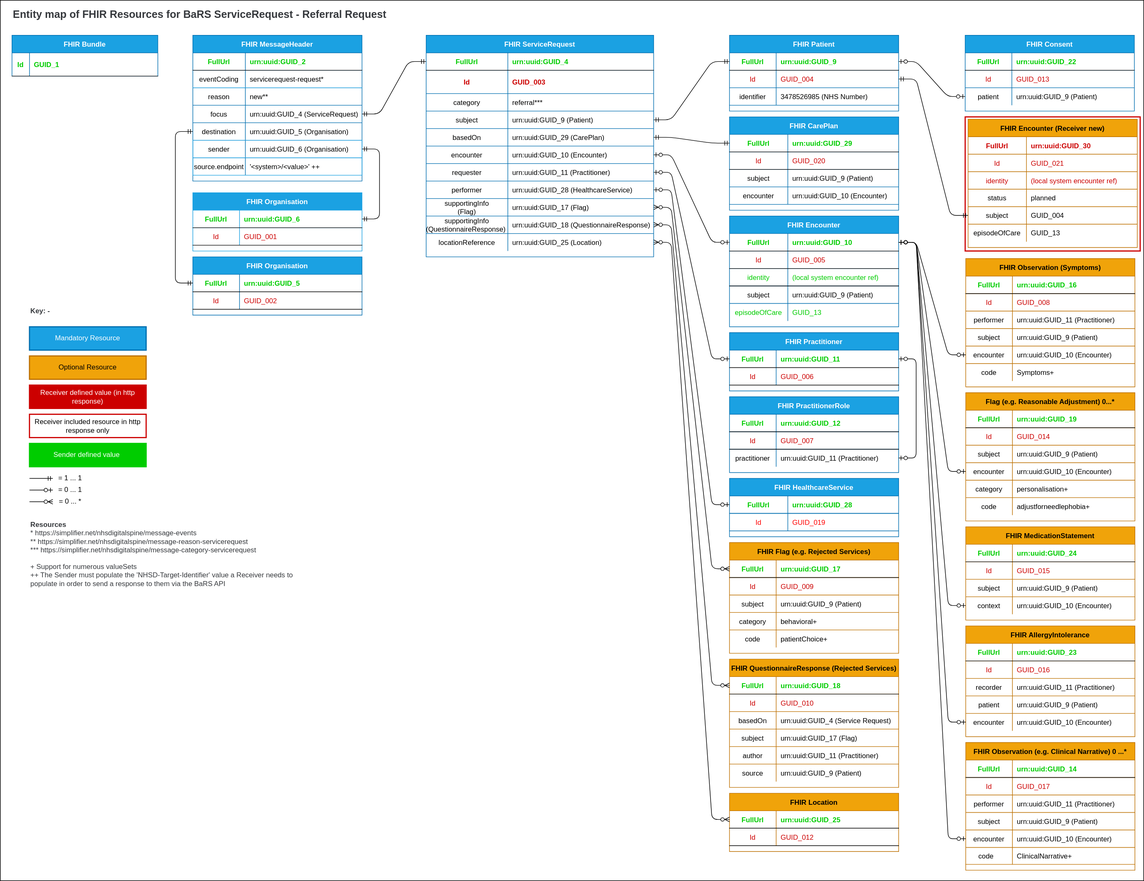
Before: BaRS-Images/EntityMaps/EntityMapReferralRequest-1.0.0.svg, a diagram exported from draw.io (NHSDigital/NHSDigital-FHIR-BookingAndReferrals). Source tidied: cells renumbered, new cells last; positions are measured from the earlier drawing's top-left corner, leaving out a move shared by most shapes.
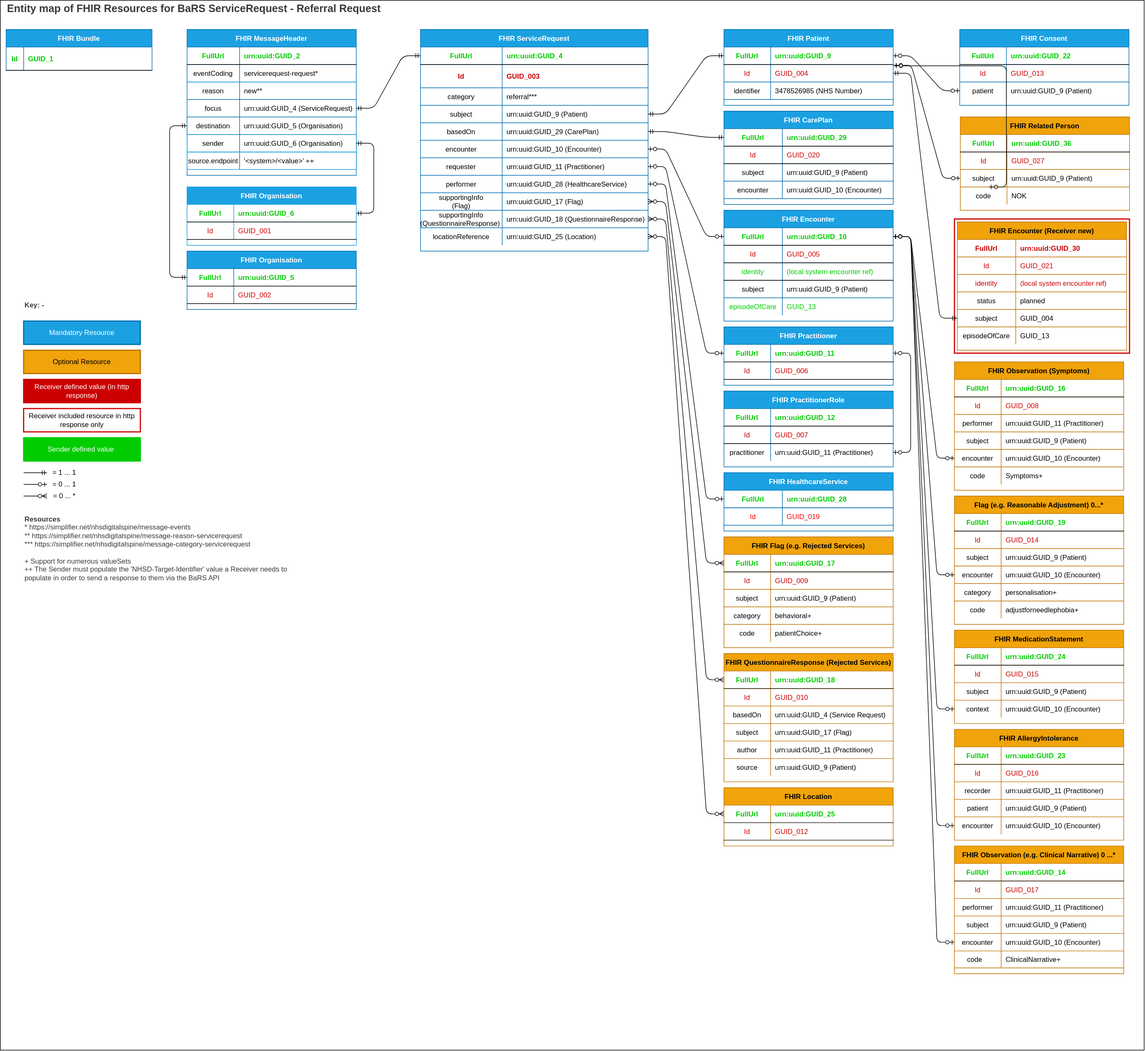
The same file after the commit.

Change to the diagram source:
```diff
@@ -3,7 +3,7 @@
     <mxCell id="0" />
     <mxCell id="1" parent="0" />
     <mxCell id="2" style="rounded=0;whiteSpace=wrap;html=1;" parent="1" vertex="1">
-      <mxGeometry width="1960" height="1510" as="geometry" />
+      <mxGeometry x="10" y="10" width="1960" height="1800" as="geometry" />
     </mxCell>
     <mxCell id="3" value="FHIR Bundle" style="shape=table;startSize=30;rowLines=0;fontStyle=1;align=center;fillColor=#1ba1e2;strokeColor=#006EAF;fontColor=#ffffff;" parent="1" vertex="1">
       <mxGeometry x="20" y="60" width="250" height="70" as="geometry" />
@@ -465,7 +465,7 @@
       <mxGeometry x="80" width="210" height="30" as="geometry" />
     </mxCell>
     <mxCell id="156" value="FHIR Observation (e.g. Clinical Narrative) 0 ...*" style="shape=table;startSize=30;rowLines=1;fontStyle=1;align=center;fillColor=#f0a30a;strokeColor=#BD7000;fontColor=#000000;" parent="1" vertex="1">
-      <mxGeometry x="1655" y="1273" width="290" height="219" as="geometry" />
+      <mxGeometry x="1645" y="1460" width="290" height="219" as="geometry" />
     </mxCell>
     <mxCell id="157" style="shape=partialRectangle;fillColor=none;top=0;left=0;right=0;bottom=1;" parent="156" vertex="1">
       <mxGeometry y="30" width="290" height="30" as="geometry" />
@@ -551,7 +551,7 @@
       <mxGeometry relative="1" as="geometry" />
     </mxCell>
     <mxCell id="183" value="FHIR Observation (Symptoms)" style="shape=table;startSize=30;rowLines=1;fontStyle=1;align=center;fillColor=#f0a30a;strokeColor=#BD7000;fontColor=#000000;" parent="1" vertex="1">
-      <mxGeometry x="1655" y="443" width="290" height="220" as="geometry" />
+      <mxGeometry x="1645" y="630" width="290" height="220" as="geometry" />
     </mxCell>
     <mxCell id="184" style="shape=partialRectangle;fillColor=none;top=0;left=0;right=0;bottom=1;" parent="183" vertex="1">
       <mxGeometry y="30" width="290" height="30" as="geometry" />
@@ -617,7 +617,7 @@
       <mxGeometry relative="1" as="geometry" />
     </mxCell>
     <mxCell id="205" value="Flag (e.g. Reasonable Adjustment) 0...*" style="shape=table;startSize=30;rowLines=1;fontStyle=1;align=center;fillColor=#f0a30a;strokeColor=#BD7000;fontColor=#000000;" parent="1" vertex="1">
-      <mxGeometry x="1655" y="673" width="290" height="220" as="geometry" />
+      <mxGeometry x="1645" y="860" width="290" height="220" as="geometry" />
     </mxCell>
     <mxCell id="206" style="shape=partialRectangle;fillColor=none;top=0;left=0;right=0;bottom=1;" parent="205" vertex="1">
       <mxGeometry y="30" width="290" height="30" as="geometry" />
@@ -710,7 +710,7 @@
       <mxGeometry relative="1" as="geometry" />
     </mxCell>
     <mxCell id="236" value="FHIR AllergyIntolerance" style="shape=table;startSize=30;rowLines=1;fontStyle=1;align=center;fillColor=#f0a30a;strokeColor=#BD7000;fontColor=#000000;" parent="1" vertex="1">
-      <mxGeometry x="1655" y="1073" width="290" height="190" as="geometry" />
+      <mxGeometry x="1645" y="1260" width="290" height="190" as="geometry" />
     </mxCell>
     <mxCell id="237" style="shape=partialRectangle;fillColor=none;top=0;left=0;right=0;bottom=1;" parent="236" vertex="1">
       <mxGeometry y="30" width="290" height="30" as="geometry" />
@@ -758,7 +758,7 @@
       <mxGeometry x="80" width="210" height="30" as="geometry" />
     </mxCell>
     <mxCell id="252" value="FHIR MedicationStatement" style="shape=table;startSize=30;rowLines=1;fontStyle=1;align=center;fillColor=#f0a30a;strokeColor=#BD7000;fontColor=#000000;" parent="1" vertex="1">
-      <mxGeometry x="1655" y="903" width="290" height="160" as="geometry" />
+      <mxGeometry x="1645" y="1090" width="290" height="160" as="geometry" />
     </mxCell>
     <mxCell id="253" style="shape=partialRectangle;fillColor=none;top=0;left=0;right=0;bottom=1;" parent="252" vertex="1">
       <mxGeometry y="30" width="290" height="30" as="geometry" />
@@ -945,10 +945,10 @@
       <mxGeometry relative="1" as="geometry" />
     </mxCell>
     <mxCell id="310" style="rounded=0;whiteSpace=wrap;html=1;fontColor=#CC0000;strokeColor=#CC0000;strokeWidth=2;" parent="1" vertex="1">
-      <mxGeometry x="1654" y="200" width="300" height="230" as="geometry" />
+      <mxGeometry x="1645" y="385" width="300" height="230" as="geometry" />
     </mxCell>
     <mxCell id="311" value="FHIR Encounter (Receiver new)" style="shape=table;startSize=30;rowLines=1;fontStyle=1;align=center;fillColor=#f0a30a;strokeColor=#BD7000;fontColor=#000000;strokeWidth=1;" parent="1" vertex="1">
-      <mxGeometry x="1659" y="204" width="290" height="220" as="geometry" />
+      <mxGeometry x="1650" y="390" width="290" height="220" as="geometry" />
     </mxCell>
     <mxCell id="312" style="shape=partialRectangle;fillColor=none;top=0;left=0;right=0;bottom=1;strokeColor=none;" parent="311" vertex="1">
       <mxGeometry y="30" width="290" height="30" as="geometry" />
@@ -1010,5 +1010,52 @@
     <mxCell id="331" value="&lt;font color=&quot;#000000&quot;&gt;Receiver included resource in http response only&lt;/font&gt;" style="rounded=0;whiteSpace=wrap;html=1;fontColor=#FFFFFF;strokeColor=#CC0000;strokeWidth=2;fillColor=none;" parent="1" vertex="1">
       <mxGeometry x="50" y="710" width="200" height="40" as="geometry" />
     </mxCell>
+    <mxCell id="332" value="FHIR Related Person" style="shape=table;startSize=30;rowLines=1;fontStyle=1;align=center;fillColor=#f0a30a;strokeColor=#BD7000;fontColor=#000000;" parent="1" vertex="1">
+      <mxGeometry x="1655" y="210" width="290" height="160" as="geometry" />
+    </mxCell>
+    <mxCell id="333" style="shape=partialRectangle;fillColor=none;top=0;left=0;right=0;bottom=1;" parent="332" vertex="1">
+      <mxGeometry y="30" width="290" height="30" as="geometry" />
+    </mxCell>
+    <mxCell id="334" value="FullUrl" style="shape=partialRectangle;overflow=hidden;fillColor=none;top=0;left=0;bottom=0;right=0;fontStyle=1;fontColor=#00CC00;" parent="333" vertex="1">
+      <mxGeometry width="80" height="30" as="geometry" />
+    </mxCell>
+    <mxCell id="335" value="urn:uuid:GUID_36" style="shape=partialRectangle;overflow=hidden;fillColor=none;top=0;left=0;bottom=0;right=0;align=left;spacingLeft=6;fontStyle=1;fontColor=#00CC00;" parent="333" vertex="1">
+      <mxGeometry x="80" width="210" height="30" as="geometry" />
+    </mxCell>
+    <mxCell id="336" style="shape=partialRectangle;fillColor=none;top=0;left=0;right=0;bottom=0;" parent="332" vertex="1">
+      <mxGeometry y="60" width="290" height="30" as="geometry" />
+    </mxCell>
+    <mxCell id="337" value="Id" style="shape=partialRectangle;overflow=hidden;fillColor=none;top=0;left=0;bottom=0;right=0;fontColor=#CC0000;" parent="336" vertex="1">
+      <mxGeometry width="80" height="30" as="geometry" />
+    </mxCell>
+    <mxCell id="338" value="GUID_027" style="shape=partialRectangle;overflow=hidden;fillColor=none;top=0;left=0;bottom=0;right=0;align=left;spacingLeft=6;fontColor=#CC0000;" parent="336" vertex="1">
+      <mxGeometry x="80" width="210" height="30" as="geometry" />
+    </mxCell>
+    <mxCell id="339" style="shape=partialRectangle;fillColor=none;points=[[0,0.5],[1,0.5]];portConstraint=eastwest;top=0;left=0;right=0;bottom=0;" parent="332" vertex="1">
+      <mxGeometry y="90" width="290" height="30" as="geometry" />
+    </mxCell>
+    <mxCell id="340" value="subject" style="shape=partialRectangle;overflow=hidden;fillColor=none;top=0;left=0;bottom=0;right=0;" parent="339" vertex="1">
+      <mxGeometry width="80" height="30" as="geometry" />
+    </mxCell>
+    <mxCell id="341" value="urn:uuid:GUID_9 (Patient)" style="shape=partialRectangle;overflow=hidden;fillColor=none;top=0;left=0;bottom=0;right=0;align=left;spacingLeft=6;" parent="339" vertex="1">
+      <mxGeometry x="80" width="210" height="30" as="geometry" />
+    </mxCell>
+    <mxCell id="342" style="shape=partialRectangle;fillColor=none;top=0;left=0;right=0;bottom=0;" parent="332" vertex="1">
+      <mxGeometry y="120" width="290" height="30" as="geometry" />
+    </mxCell>
+    <mxCell id="343" value="code" style="shape=partialRectangle;overflow=hidden;fillColor=none;top=0;left=0;bottom=0;right=0;" parent="342" vertex="1">
+      <mxGeometry width="80" height="30" as="geometry" />
+    </mxCell>
+    <mxCell id="344" value="NOK" style="shape=partialRectangle;overflow=hidden;fillColor=none;top=0;left=0;bottom=0;right=0;align=left;spacingLeft=6;" parent="342" vertex="1">
+      <mxGeometry x="80" width="210" height="30" as="geometry" />
+    </mxCell>
+    <mxCell id="345" style="edgeStyle=entityRelationEdgeStyle;endArrow=ERzeroToOne;startArrow=ERzeroToOne;endFill=0;startFill=0;exitX=0;exitY=0.5;exitDx=0;exitDy=0;entryX=1.005;entryY=0.078;entryDx=0;entryDy=0;entryPerimeter=0;" parent="1" edge="1" target="82">
+      <mxGeometry relative="1" as="geometry">
+        <mxPoint x="1704" y="330" as="sourcePoint" />
+      </mxGeometry>
+    </mxCell>
+    <mxCell id="346" style="edgeStyle=entityRelationEdgeStyle;endArrow=ERzeroToOne;startArrow=ERzeroToOne;endFill=0;startFill=0;exitX=0;exitY=0.5;exitDx=0;exitDy=0;entryX=1.004;entryY=0.048;entryDx=0;entryDy=0;entryPerimeter=0;" parent="1" edge="1" source="339" target="82">
+      <mxGeometry relative="1" as="geometry" />
+    </mxCell>
   </root>
 </mxGraphModel>
```
